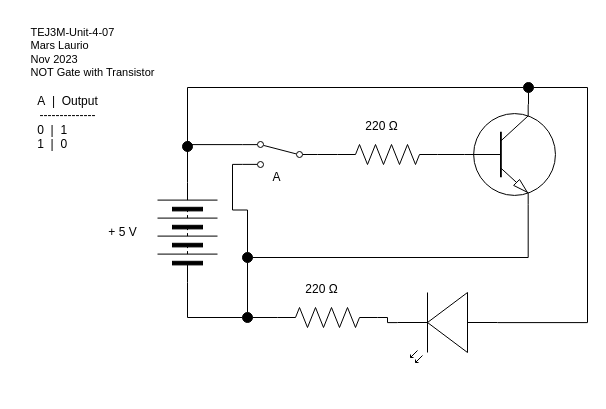
Above: Unit4-07/TEJ3M-Unit-4-07.drawio in Mars-Laurio/TEJ3M-Unit4 (draw.io), before the change. Source tidied: cells renumbered, new cells numbered last; positions are measured from the earlier drawing's top-left corner, leaving out a move shared by most shapes. Both pictures are drawn from the tidied source at 100%, with x=0, y=0 at pixel (17, 17).
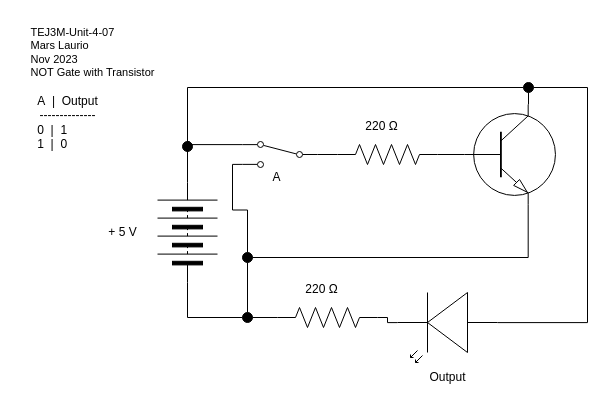
The same page after the edit.

What changed in the source:
```diff
@@
+    <mxCell id="31" value="Output" style="text;html=1;align=center;verticalAlign=middle;strokeColor=none;fillColor=none;" parent="1" vertex="1">
+      <mxGeometry x="400" y="345" width="60" height="30" as="geometry" />
+    </mxCell>
```
